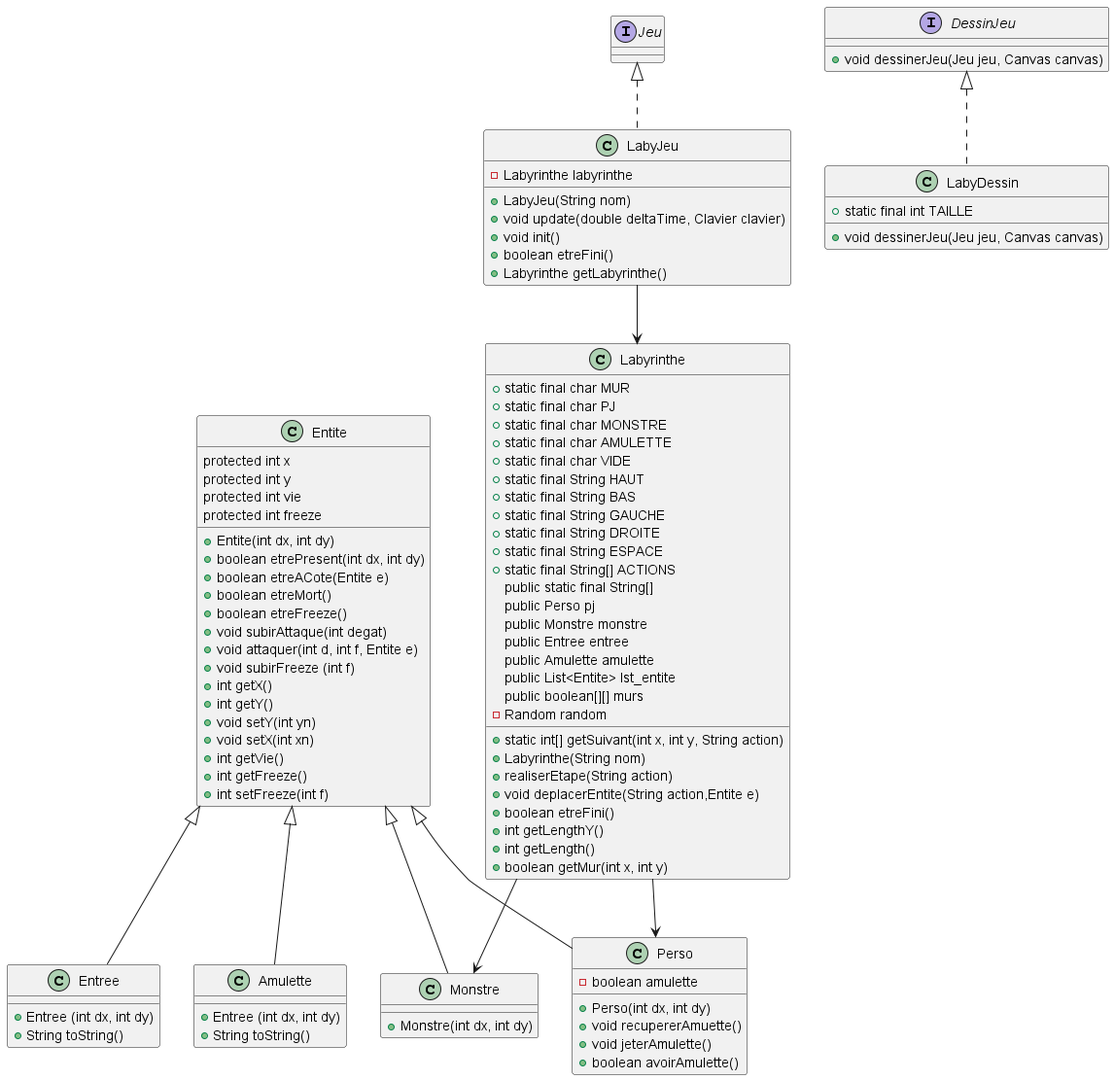
Maev975/Jeu_Zeldiablo keeps this PlantUML diagram as documents/version_5/DiagrammeDebut.png. Above is the earlier version.
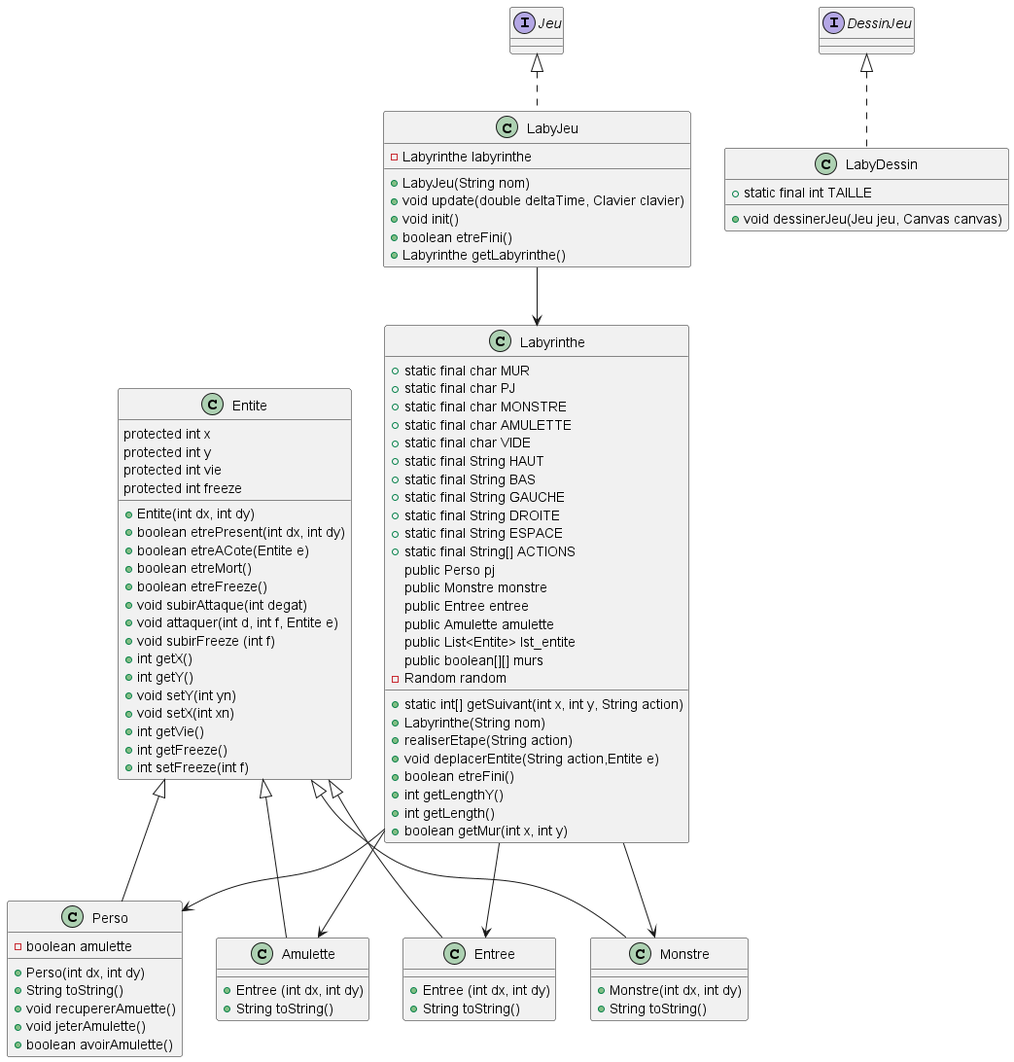
After the commit.

What changed in the source:
```diff
@@ -56,7 +56,6 @@
     + static final String DROITE
     + static final String ESPACE
     + static final String[] ACTIONS
-    public static final String[]
     public Perso pj
     public Monstre monstre
     public Entree entree
@@ -77,11 +76,13 @@
 
 class Monstre {
     + Monstre(int dx, int dy)
+    +String toString()
 }
 
 class Perso {
     -boolean amulette
     + Perso(int dx, int dy)
+    +String toString()
     +void recupererAmuette()
     +void jeterAmulette()
     +boolean avoirAmulette()
@@ -89,7 +90,6 @@
 
 
 interface DessinJeu {
-    + void dessinerJeu(Jeu jeu, Canvas canvas)
 }
 
 
@@ -108,5 +108,7 @@
 LabyJeu --> Labyrinthe
 Labyrinthe --> Perso
 Labyrinthe --> Monstre
+Labyrinthe --> Amulette
+Labyrinthe --> Entree
 
 @enduml
```
